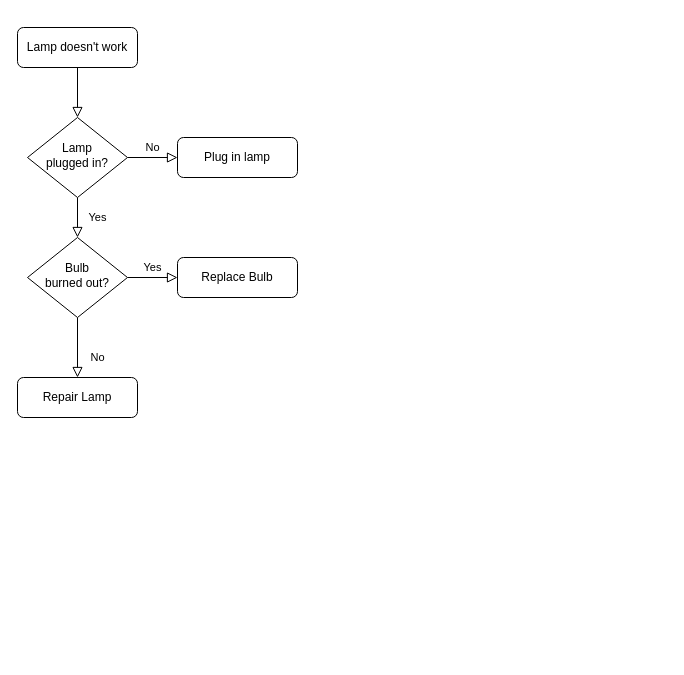
Earlier version of the draw.io diagram Untitled Diagram.drawio (gurushanthmurthy/FishCounting). Source tidied: cells renumbered, new cells numbered last; positions are measured from the earlier drawing's top-left corner, leaving out a move shared by most shapes. Both pictures are drawn from the tidied source at 100%, with x=0, y=0 at pixel (17, 27).
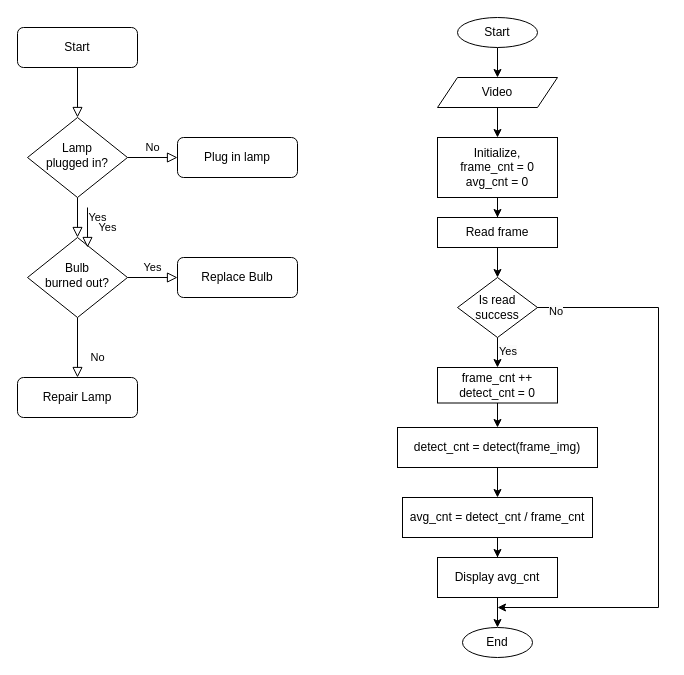
The same page after the edit.

The change refers to these unchanged cells:
```xml
<mxCell id="6" value="Lamp&lt;br&gt;plugged in?" style="rhombus;whiteSpace=wrap;html=1;shadow=0;fontFamily=Helvetica;fontSize=12;align=center;strokeWidth=1;spacing=6;spacingTop=-4;" parent="1" vertex="1">
  <mxGeometry x="10" y="90" width="100" height="80" as="geometry" />
</mxCell>
<mxCell id="10" value="Bulb&lt;br&gt;burned out?" style="rhombus;whiteSpace=wrap;html=1;shadow=0;fontFamily=Helvetica;fontSize=12;align=center;strokeWidth=1;spacing=6;spacingTop=-4;" parent="1" vertex="1">
  <mxGeometry x="10" y="210" width="100" height="80" as="geometry" />
</mxCell>
```

The edit, as a diff of the source:
```diff
@@
-    <mxCell id="3" value="Lamp doesn't work" style="rounded=1;whiteSpace=wrap;html=1;fontSize=12;glass=0;strokeWidth=1;shadow=0;" parent="1" vertex="1">
+    <mxCell id="3" value="Start" style="rounded=1;whiteSpace=wrap;html=1;fontSize=12;glass=0;strokeWidth=1;shadow=0;" parent="1" vertex="1">
       <mxGeometry width="120" height="40" as="geometry" />
     </mxCell>
     <mxCell id="4" value="Yes" style="rounded=0;html=1;jettySize=auto;fontSize=11;endArrow=block;endFill=0;endSize=8;strokeWidth=1;shadow=0;labelBackgroundColor=none;edgeStyle=orthogonalEdgeStyle;" parent="1" edge="1" source="6" target="10">
-      <mxGeometry y="20" relative="1" as="geometry" />
+      <mxGeometry y="20" relative="1" as="geometry">
+        <Array as="points">
+          <mxPoint x="60" y="210" />
+        </Array>
+      </mxGeometry>
     </mxCell>
@@
+    <mxCell id="13" style="edgeStyle=orthogonalEdgeStyle;rounded=0;jettySize=auto;html=1;" parent="1" edge="1" source="14" target="16">
+      <mxGeometry relative="1" as="geometry" />
+    </mxCell>
+    <mxCell id="14" value="Start" style="ellipse;whiteSpace=wrap;html=1;" parent="1" vertex="1">
+      <mxGeometry x="440" y="-10" width="80" height="30" as="geometry" />
+    </mxCell>
+    <mxCell id="15" style="edgeStyle=orthogonalEdgeStyle;rounded=0;jettySize=auto;html=1;" parent="1" edge="1" source="16" target="18">
+      <mxGeometry relative="1" as="geometry" />
+    </mxCell>
+    <mxCell id="16" value="Video" style="shape=parallelogram;perimeter=parallelogramPerimeter;whiteSpace=wrap;html=1;fixedSize=1;" parent="1" vertex="1">
+      <mxGeometry x="420" y="50" width="120" height="30" as="geometry" />
+    </mxCell>
+    <mxCell id="17" style="edgeStyle=orthogonalEdgeStyle;rounded=0;jettySize=auto;html=1;" parent="1" edge="1" source="18" target="20">
+      <mxGeometry relative="1" as="geometry" />
+    </mxCell>
+    <mxCell id="18" value="Initialize,&lt;br&gt;frame_cnt = 0&lt;br&gt;avg_cnt = 0" style="rounded=0;whiteSpace=wrap;html=1;" parent="1" vertex="1">
+      <mxGeometry x="420" y="110" width="120" height="60" as="geometry" />
+    </mxCell>
+    <mxCell id="19" style="edgeStyle=orthogonalEdgeStyle;rounded=0;jettySize=auto;html=1;" parent="1" edge="1" source="20" target="23">
+      <mxGeometry relative="1" as="geometry" />
+    </mxCell>
+    <mxCell id="20" value="Read frame" style="rounded=0;whiteSpace=wrap;html=1;" parent="1" vertex="1">
+      <mxGeometry x="420" y="190" width="120" height="30" as="geometry" />
+    </mxCell>
+    <mxCell id="21" style="edgeStyle=orthogonalEdgeStyle;rounded=0;jettySize=auto;html=1;" parent="1" edge="1" source="23" target="25">
+      <mxGeometry relative="1" as="geometry" />
+    </mxCell>
+    <mxCell id="22" style="edgeStyle=orthogonalEdgeStyle;rounded=0;orthogonalLoop=1;jettySize=auto;html=1;" parent="1" edge="1">
+      <mxGeometry relative="1" as="geometry">
+        <mxPoint x="506.7" y="280" as="sourcePoint" />
+        <mxPoint x="480" y="580" as="targetPoint" />
+        <Array as="points">
+          <mxPoint x="641" y="280" />
+          <mxPoint x="641" y="580" />
+          <mxPoint x="480" y="580" />
+        </Array>
+      </mxGeometry>
+    </mxCell>
+    <mxCell id="23" value="Is read success" style="rhombus;whiteSpace=wrap;html=1;rounded=0;" parent="1" vertex="1">
+      <mxGeometry x="440" y="250" width="80" height="60" as="geometry" />
+    </mxCell>
+    <mxCell id="24" style="edgeStyle=orthogonalEdgeStyle;rounded=0;jettySize=auto;html=1;" parent="1" edge="1" source="25" target="27">
+      <mxGeometry relative="1" as="geometry" />
+    </mxCell>
+    <mxCell id="25" value="frame_cnt ++&lt;br&gt;detect_cnt = 0" style="whiteSpace=wrap;html=1;rounded=0;" parent="1" vertex="1">
+      <mxGeometry x="420" y="340" width="120" height="35.5" as="geometry" />
+    </mxCell>
+    <mxCell id="26" style="edgeStyle=orthogonalEdgeStyle;rounded=0;jettySize=auto;html=1;" parent="1" edge="1" source="27" target="30">
+      <mxGeometry relative="1" as="geometry" />
+    </mxCell>
+    <mxCell id="27" value="detect_cnt = detect(frame_img)" style="whiteSpace=wrap;html=1;rounded=0;" parent="1" vertex="1">
+      <mxGeometry x="380" y="400" width="200" height="40" as="geometry" />
+    </mxCell>
+    <mxCell id="28" value="Yes" style="rounded=0;html=1;jettySize=auto;orthogonalLoop=1;fontSize=11;endArrow=block;endFill=0;endSize=8;strokeWidth=1;shadow=0;labelBackgroundColor=none;edgeStyle=orthogonalEdgeStyle;" parent="1" edge="1">
+      <mxGeometry y="20" relative="1" as="geometry">
+        <mxPoint x="70" y="180" as="sourcePoint" />
+        <mxPoint x="70" y="220" as="targetPoint" />
+        <Array as="points">
+          <mxPoint x="70" y="220" />
+        </Array>
+      </mxGeometry>
+    </mxCell>
+    <mxCell id="29" style="edgeStyle=orthogonalEdgeStyle;rounded=0;jettySize=auto;html=1;" parent="1" edge="1" source="30" target="32">
+      <mxGeometry relative="1" as="geometry" />
+    </mxCell>
+    <mxCell id="30" value="avg_cnt = detect_cnt / frame_cnt" style="whiteSpace=wrap;html=1;rounded=0;" parent="1" vertex="1">
+      <mxGeometry x="385" y="470" width="190" height="40" as="geometry" />
+    </mxCell>
+    <mxCell id="31" style="edgeStyle=orthogonalEdgeStyle;rounded=0;jettySize=auto;html=1;" parent="1" edge="1" source="32" target="33">
+      <mxGeometry relative="1" as="geometry" />
+    </mxCell>
+    <mxCell id="32" value="Display avg_cnt" style="whiteSpace=wrap;html=1;rounded=0;" parent="1" vertex="1">
+      <mxGeometry x="420" y="530" width="120" height="40" as="geometry" />
+    </mxCell>
+    <mxCell id="33" value="End" style="ellipse;whiteSpace=wrap;html=1;" parent="1" vertex="1">
+      <mxGeometry x="445" y="600" width="70" height="30" as="geometry" />
+    </mxCell>
+    <mxCell id="34" value="&lt;span style=&quot;color: rgb(0, 0, 0); font-family: Helvetica; font-size: 11px; font-style: normal; font-variant-ligatures: normal; font-variant-caps: normal; font-weight: 400; letter-spacing: normal; orphans: 2; text-align: center; text-indent: 0px; text-transform: none; widows: 2; word-spacing: 0px; -webkit-text-stroke-width: 0px; background-color: rgb(251, 251, 251); text-decoration-thickness: initial; text-decoration-style: initial; text-decoration-color: initial; float: none; display: inline !important;&quot;&gt;Yes&lt;/span&gt;" style="text;whiteSpace=wrap;html=1;" parent="1" vertex="1">
+      <mxGeometry x="480" y="310" width="50" height="40" as="geometry" />
+    </mxCell>
+    <mxCell id="35" value="&lt;span style=&quot;color: rgb(0, 0, 0); font-family: Helvetica; font-size: 11px; font-style: normal; font-variant-ligatures: normal; font-variant-caps: normal; font-weight: 400; letter-spacing: normal; orphans: 2; text-align: center; text-indent: 0px; text-transform: none; widows: 2; word-spacing: 0px; -webkit-text-stroke-width: 0px; background-color: rgb(251, 251, 251); text-decoration-thickness: initial; text-decoration-style: initial; text-decoration-color: initial; float: none; display: inline !important;&quot;&gt;No&lt;/span&gt;" style="text;whiteSpace=wrap;html=1;" parent="1" vertex="1">
+      <mxGeometry x="530" y="270" width="50" height="40" as="geometry" />
+    </mxCell>
```
